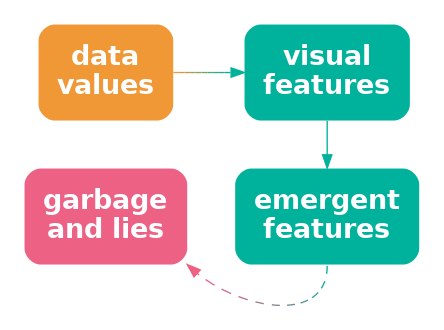
This is Diagrams/data-vis-vis-lie.png from pmur002/hdvw, a Graphviz export, as it was before one commit. Its source is kept beside it as Diagrams/data-vis-vis-lie.dot.
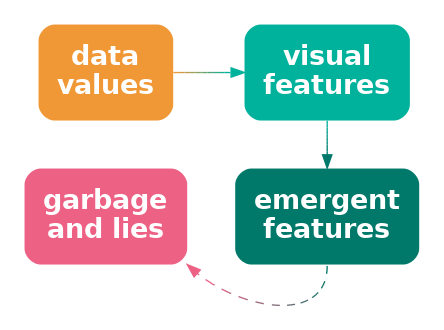
Above is the later version.

The edit, as a diff of the source:
```diff
@@ -6,10 +6,10 @@
   vis [ label="visual\nfeatures"; shape=box;
      style="filled, rounded"; penwidth=0; fontcolor=white; fillcolor="#00B19B" ]
   add [ label="emergent\nfeatures"; shape=box;
-     style="filled, rounded"; penwidth=0; fontcolor=white; fillcolor="#00B19B" ]
+     style="filled, rounded"; penwidth=0; fontcolor=white; fillcolor="#00796A" ]
   data -> vis [ color="#F09736;0.1:#D59A41;0.1:#BB9D4C;0.1:#A0A058;0.1:#85A363;0.1:#6BA56E;0.1:#50A879;0.1:#35AB85;0.1:#1BAE90;0.1:#00B19B;0.1" ]
-  vis -> add [ color="#00B19B" ]
-  add:s -> lie:se [ style="dashed", color="#00B19B;0.1:#1AA898;0.1:#349F96;0.1:#4F9693;0.1:#698D91;0.1:#83858E;0.1:#9D7C8C;0.1:#B87389;0.1:#D26A87;0.1:#EC6184;0.1" ]
+  vis -> add [ color="#00B19B;0.1:#00AB96;0.1:#00A590;0.1:#009E8B;0.1:#009885;0.1:#009280;0.1:#008C7A;0.1:#008575;0.1:#007F6F;0.1:#00796A;0.1" ]
+  add:s -> lie:se [ style="dashed", color="#00796A;0.1:#1A766D;0.1:#347470;0.1:#4F7173;0.1:#696E76;0.1:#836C78;0.1:#9D697B;0.1:#B8667E;0.1:#D26481;0.1:#EC6184;0.1" ]
 { rank=same; data, lie }
 { rank=same; vis, add }
 }
```
